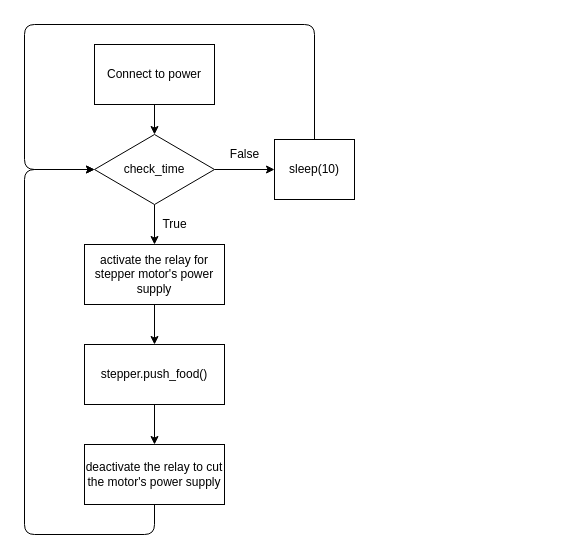
Before: feeder.drawio in k1ngjet3r/tortoise_auto_feeder, a draw.io diagram. Source tidied: cells renumbered, new cells numbered last; positions are measured from the earlier drawing's top-left corner, leaving out a move shared by most shapes. Both pictures are drawn from the tidied source at 100%, with x=0, y=0 at pixel (24, 24).
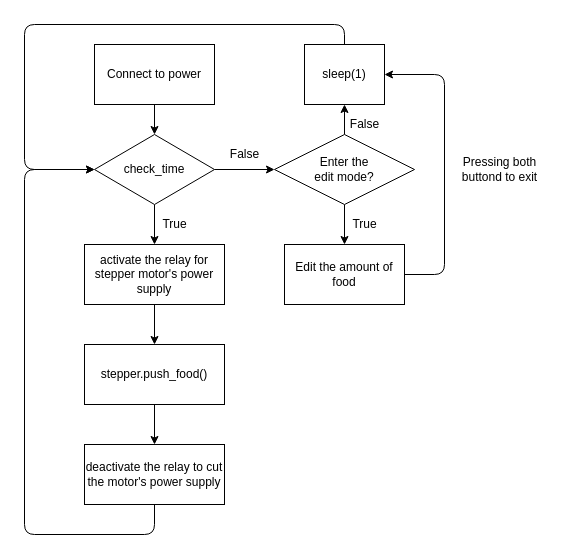
The same diagram, later.

Commit message (it also covers changes not shown here):
implement edit mode to the feeder

Unchanged cells that the change refers to:
```xml
<mxCell id="8" value="check_time" style="rhombus;whiteSpace=wrap;html=1;" parent="1" vertex="1">
  <mxGeometry x="70" y="110" width="120" height="70" as="geometry" />
</mxCell>
```

The edit, as a diff of the source:
```diff
@@
-    <mxCell id="7" style="edgeStyle=none;html=1;" parent="1" edge="1" source="8" target="10">
+    <mxCell id="7" style="edgeStyle=none;html=1;entryX=0;entryY=0.5;entryDx=0;entryDy=0;" parent="1" edge="1" source="8" target="19">
       <mxGeometry relative="1" as="geometry" />
     </mxCell>
@@
-    <mxCell id="9" style="edgeStyle=none;html=1;entryX=0;entryY=0.5;entryDx=0;entryDy=0;exitX=0.5;exitY=0;exitDx=0;exitDy=0;" parent="1" edge="1" source="10" target="8">
+    <mxCell id="9" style="edgeStyle=none;html=1;exitX=0.5;exitY=0;exitDx=0;exitDy=0;entryX=0;entryY=0.5;entryDx=0;entryDy=0;" parent="1" edge="1" source="10" target="8">
       <mxGeometry relative="1" as="geometry">
         <Array as="points">
-          <mxPoint x="290" />
+          <mxPoint x="320" />
           <mxPoint />
           <mxPoint y="145" />
         </Array>
       </mxGeometry>
     </mxCell>
-    <mxCell id="10" value="sleep(10)" style="whiteSpace=wrap;html=1;" parent="1" vertex="1">
-      <mxGeometry x="250" y="115" width="80" height="60" as="geometry" />
+    <mxCell id="10" value="sleep(1)" style="whiteSpace=wrap;html=1;" parent="1" vertex="1">
+      <mxGeometry x="280" y="20" width="80" height="60" as="geometry" />
     </mxCell>
@@
+    <mxCell id="17" style="edgeStyle=none;html=1;" parent="1" edge="1" source="19" target="10">
+      <mxGeometry relative="1" as="geometry" />
+    </mxCell>
+    <mxCell id="18" style="edgeStyle=none;html=1;" parent="1" edge="1" source="19" target="21">
+      <mxGeometry relative="1" as="geometry" />
+    </mxCell>
+    <mxCell id="19" value="Enter the &lt;br&gt;edit mode?" style="rhombus;whiteSpace=wrap;html=1;" parent="1" vertex="1">
+      <mxGeometry x="250" y="110" width="140" height="70" as="geometry" />
+    </mxCell>
+    <mxCell id="20" style="edgeStyle=none;html=1;entryX=1;entryY=0.5;entryDx=0;entryDy=0;" parent="1" edge="1" source="21" target="10">
+      <mxGeometry relative="1" as="geometry">
+        <Array as="points">
+          <mxPoint x="420" y="250" />
+          <mxPoint x="420" y="50" />
+        </Array>
+      </mxGeometry>
+    </mxCell>
+    <mxCell id="21" value="Edit the amount of food" style="whiteSpace=wrap;html=1;" parent="1" vertex="1">
+      <mxGeometry x="260" y="220" width="120" height="60" as="geometry" />
+    </mxCell>
+    <mxCell id="22" value="True" style="text;html=1;align=center;verticalAlign=middle;fillColor=none;strokeColor=none;rounded=0;" parent="1" vertex="1">
+      <mxGeometry x="320" y="190" width="40" height="20" as="geometry" />
+    </mxCell>
+    <mxCell id="23" value="False" style="text;html=1;align=center;verticalAlign=middle;fillColor=none;strokeColor=none;rounded=0;" parent="1" vertex="1">
+      <mxGeometry x="320" y="90" width="40" height="20" as="geometry" />
+    </mxCell>
+    <mxCell id="24" value="Pressing both&lt;br&gt;buttond to exit" style="text;html=1;align=center;verticalAlign=middle;fillColor=none;strokeColor=none;rounded=0;" parent="1" vertex="1">
+      <mxGeometry x="430" y="130" width="90" height="30" as="geometry" />
+    </mxCell>
```
